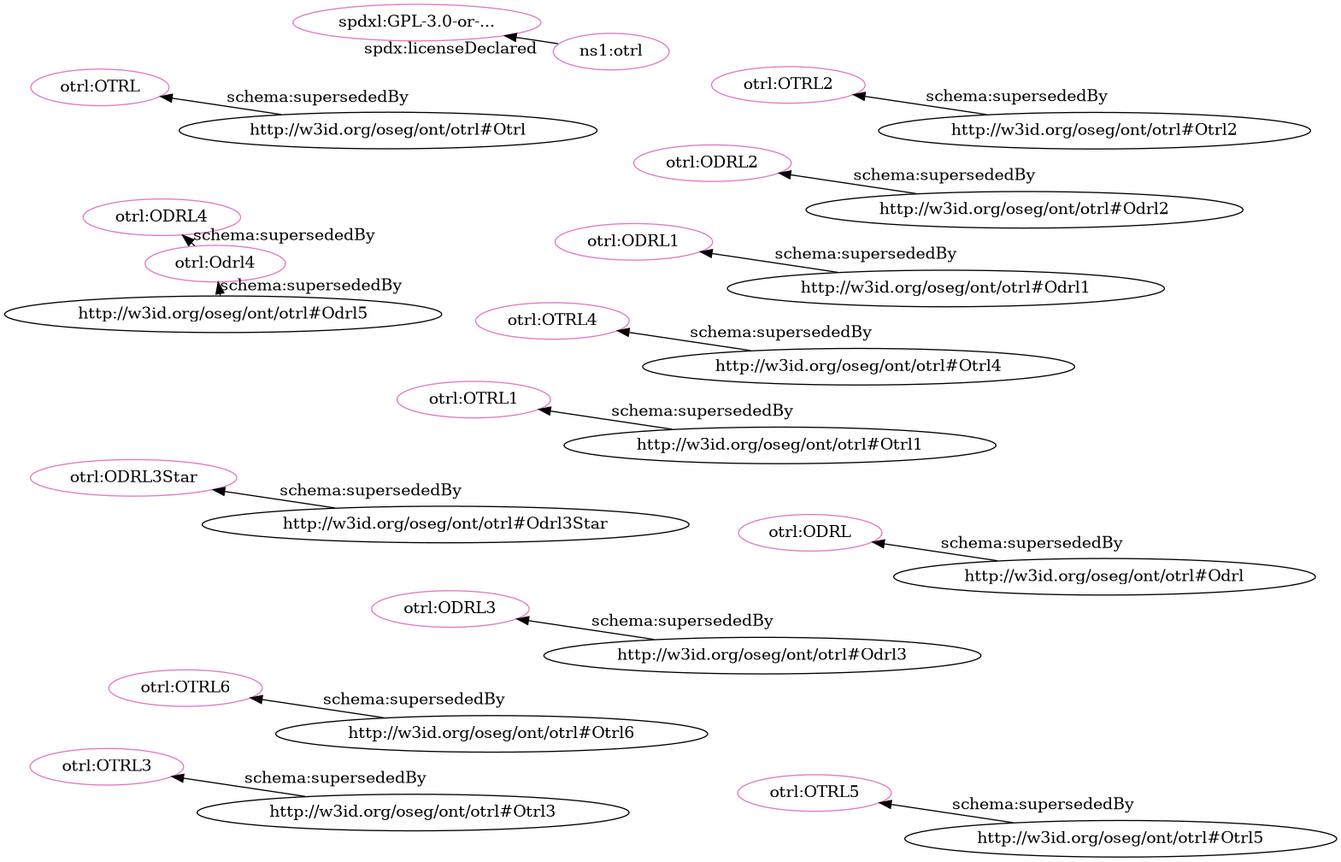
Before: src/spec/dot_otrl_deprecated-clean.png, a diagram exported from Graphviz (iop-alliance/OpenKnowHow). Its source is kept beside it as src/spec/dot_otrl_deprecated-clean.dot.
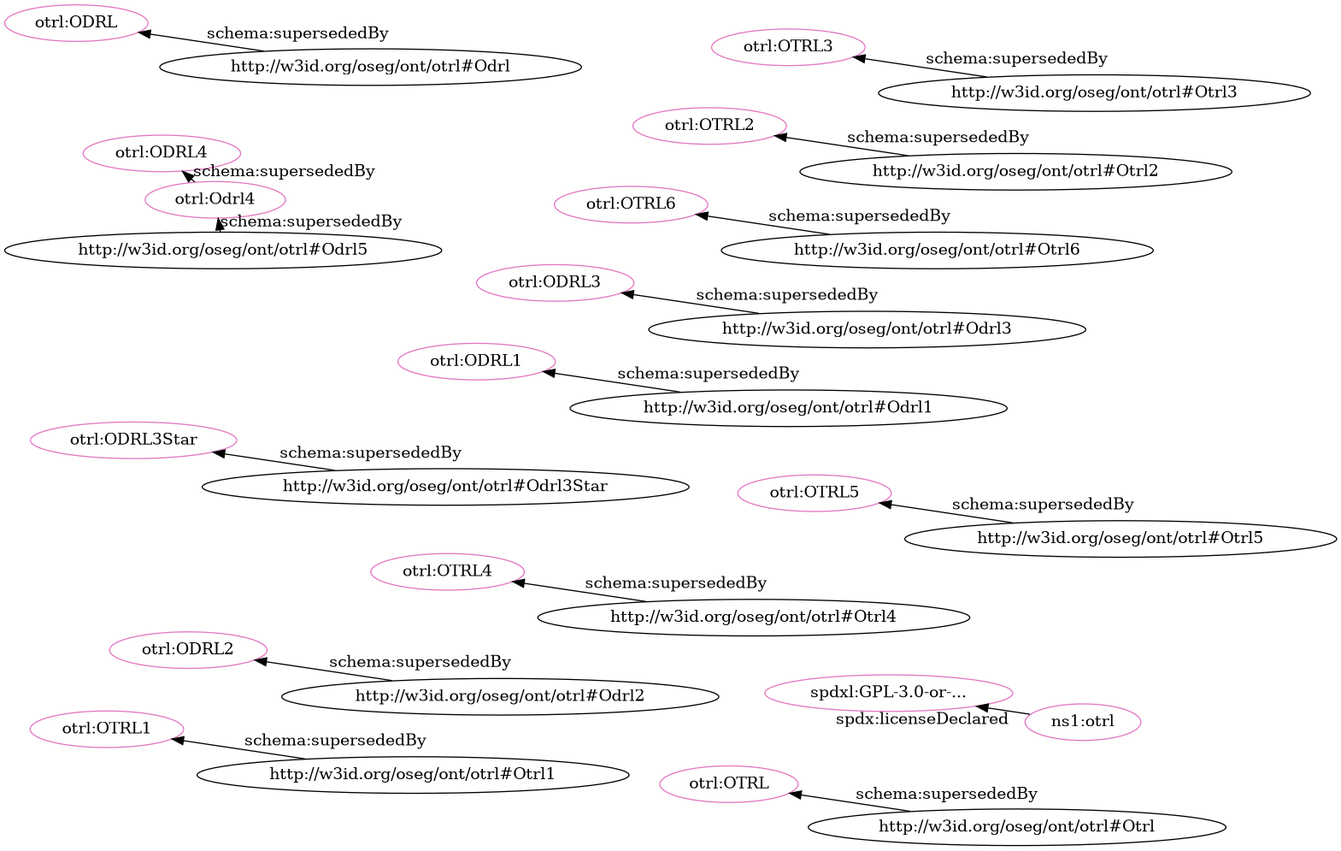
After the commit.

The edit, as a diff of the source:
```diff
@@ -1,35 +1,35 @@
 digraph G {
   rankdir=BT
   node[height=.3]
-"http://w3id.org/oseg/ont/otrl#OTRL1" [fillcolor="#e377c2" color="#e377c2" label="otrl:OTRL1"]
+"http://w3id.org/oseg/ont/otrl#OTRL" [fillcolor="#e377c2" color="#e377c2" label="otrl:OTRL"]
+"http://spdx.org/licenses/GPL-3.0-or-later" [fillcolor="#e377c2" color="#e377c2" label="spdxl:GPL-3.0-or-..."]
+"http://w3id.org/oseg/ont/otrl#ODRL1" [fillcolor="#e377c2" color="#e377c2" label="otrl:ODRL1"]
+"http://w3id.org/oseg/ont/otrl#ODRL3" [fillcolor="#e377c2" color="#e377c2" label="otrl:ODRL3"]
 "http://w3id.org/oseg/ont/otrl#OTRL4" [fillcolor="#e377c2" color="#e377c2" label="otrl:OTRL4"]
-"http://w3id.org/oseg/ont/otrl#ODRL4" [fillcolor="#e377c2" color="#e377c2" label="otrl:ODRL4"]
-"http://spdx.org/licenses/GPL-3.0-or-later" [fillcolor="#e377c2" color="#e377c2" label="spdxl:GPL-3.0-or-..."]
-"http://w3id.org/oseg/ont/otrl#ODRL3" [fillcolor="#e377c2" color="#e377c2" label="otrl:ODRL3"]
-"http://w3id.org/oseg/ont/otrl#ODRL" [fillcolor="#e377c2" color="#e377c2" label="otrl:ODRL"]
-"http://w3id.org/oseg/ont/otrl#OTRL" [fillcolor="#e377c2" color="#e377c2" label="otrl:OTRL"]
-"http://w3id.org/oseg/ont/otrl#ODRL1" [fillcolor="#e377c2" color="#e377c2" label="otrl:ODRL1"]
-"http://w3id.org/oseg/ont/otrl#Odrl4" [fillcolor="#e377c2" color="#e377c2" label="otrl:Odrl4"]
-"http://w3id.org/oseg/ont/otrl#ODRL2" [fillcolor="#e377c2" color="#e377c2" label="otrl:ODRL2"]
 "http://w3id.org/oseg/ont/otrl#OTRL6" [fillcolor="#e377c2" color="#e377c2" label="otrl:OTRL6"]
 "http://w3id.org/oseg/ont/otrl#OTRL2" [fillcolor="#e377c2" color="#e377c2" label="otrl:OTRL2"]
 "http://w3id.org/oseg/ont/otrl#ODRL3Star" [fillcolor="#e377c2" color="#e377c2" label="otrl:ODRL3Star"]
+"http://w3id.org/oseg/ont/otrl#ODRL4" [fillcolor="#e377c2" color="#e377c2" label="otrl:ODRL4"]
+"http://w3id.org/oseg/ont/otrl#ODRL" [fillcolor="#e377c2" color="#e377c2" label="otrl:ODRL"]
+"http://w3id.org/oseg/ont/otrl#ODRL2" [fillcolor="#e377c2" color="#e377c2" label="otrl:ODRL2"]
+"http://w3id.org/oseg/ont/otrl#Odrl4" [fillcolor="#e377c2" color="#e377c2" label="otrl:Odrl4"]
+"http://w3id.org/oseg/ont/otrl#OTRL3" [fillcolor="#e377c2" color="#e377c2" label="otrl:OTRL3"]
+"http://w3id.org/oseg/ont/otrl#OTRL1" [fillcolor="#e377c2" color="#e377c2" label="otrl:OTRL1"]
+"http://w3id.org/oseg/ont/otrl#OTRL5" [fillcolor="#e377c2" color="#e377c2" label="otrl:OTRL5"]
 "http://w3id.org/oseg/ont/otrl" [fillcolor="#e377c2" color="#e377c2" label="ns1:otrl"]
-"http://w3id.org/oseg/ont/otrl#OTRL3" [fillcolor="#e377c2" color="#e377c2" label="otrl:OTRL3"]
-"http://w3id.org/oseg/ont/otrl#OTRL5" [fillcolor="#e377c2" color="#e377c2" label="otrl:OTRL5"]
-  "http://w3id.org/oseg/ont/otrl#Otrl1" -> "http://w3id.org/oseg/ont/otrl#OTRL1" [label="schema:supersededBy"]
+  "http://w3id.org/oseg/ont/otrl#Otrl" -> "http://w3id.org/oseg/ont/otrl#OTRL" [label="schema:supersededBy"]
+  "http://w3id.org/oseg/ont/otrl" -> "http://spdx.org/licenses/GPL-3.0-or-later" [label="spdx:licenseDeclared"]
+  "http://w3id.org/oseg/ont/otrl#Odrl1" -> "http://w3id.org/oseg/ont/otrl#ODRL1" [label="schema:supersededBy"]
   "http://w3id.org/oseg/ont/otrl#Otrl4" -> "http://w3id.org/oseg/ont/otrl#OTRL4" [label="schema:supersededBy"]
-  "http://w3id.org/oseg/ont/otrl#Odrl4" -> "http://w3id.org/oseg/ont/otrl#ODRL4" [label="schema:supersededBy"]
-  "http://w3id.org/oseg/ont/otrl" -> "http://spdx.org/licenses/GPL-3.0-or-later" [label="spdx:licenseDeclared"]
   "http://w3id.org/oseg/ont/otrl#Odrl3" -> "http://w3id.org/oseg/ont/otrl#ODRL3" [label="schema:supersededBy"]
-  "http://w3id.org/oseg/ont/otrl#Odrl" -> "http://w3id.org/oseg/ont/otrl#ODRL" [label="schema:supersededBy"]
-  "http://w3id.org/oseg/ont/otrl#Otrl" -> "http://w3id.org/oseg/ont/otrl#OTRL" [label="schema:supersededBy"]
-  "http://w3id.org/oseg/ont/otrl#Odrl1" -> "http://w3id.org/oseg/ont/otrl#ODRL1" [label="schema:supersededBy"]
-  "http://w3id.org/oseg/ont/otrl#Odrl5" -> "http://w3id.org/oseg/ont/otrl#Odrl4" [label="schema:supersededBy"]
-  "http://w3id.org/oseg/ont/otrl#Odrl2" -> "http://w3id.org/oseg/ont/otrl#ODRL2" [label="schema:supersededBy"]
   "http://w3id.org/oseg/ont/otrl#Otrl6" -> "http://w3id.org/oseg/ont/otrl#OTRL6" [label="schema:supersededBy"]
   "http://w3id.org/oseg/ont/otrl#Otrl2" -> "http://w3id.org/oseg/ont/otrl#OTRL2" [label="schema:supersededBy"]
   "http://w3id.org/oseg/ont/otrl#Odrl3Star" -> "http://w3id.org/oseg/ont/otrl#ODRL3Star" [label="schema:supersededBy"]
+  "http://w3id.org/oseg/ont/otrl#Odrl4" -> "http://w3id.org/oseg/ont/otrl#ODRL4" [label="schema:supersededBy"]
+  "http://w3id.org/oseg/ont/otrl#Odrl" -> "http://w3id.org/oseg/ont/otrl#ODRL" [label="schema:supersededBy"]
+  "http://w3id.org/oseg/ont/otrl#Odrl2" -> "http://w3id.org/oseg/ont/otrl#ODRL2" [label="schema:supersededBy"]
   "http://w3id.org/oseg/ont/otrl#Otrl3" -> "http://w3id.org/oseg/ont/otrl#OTRL3" [label="schema:supersededBy"]
+  "http://w3id.org/oseg/ont/otrl#Odrl5" -> "http://w3id.org/oseg/ont/otrl#Odrl4" [label="schema:supersededBy"]
+  "http://w3id.org/oseg/ont/otrl#Otrl1" -> "http://w3id.org/oseg/ont/otrl#OTRL1" [label="schema:supersededBy"]
   "http://w3id.org/oseg/ont/otrl#Otrl5" -> "http://w3id.org/oseg/ont/otrl#OTRL5" [label="schema:supersededBy"]
 }
```
